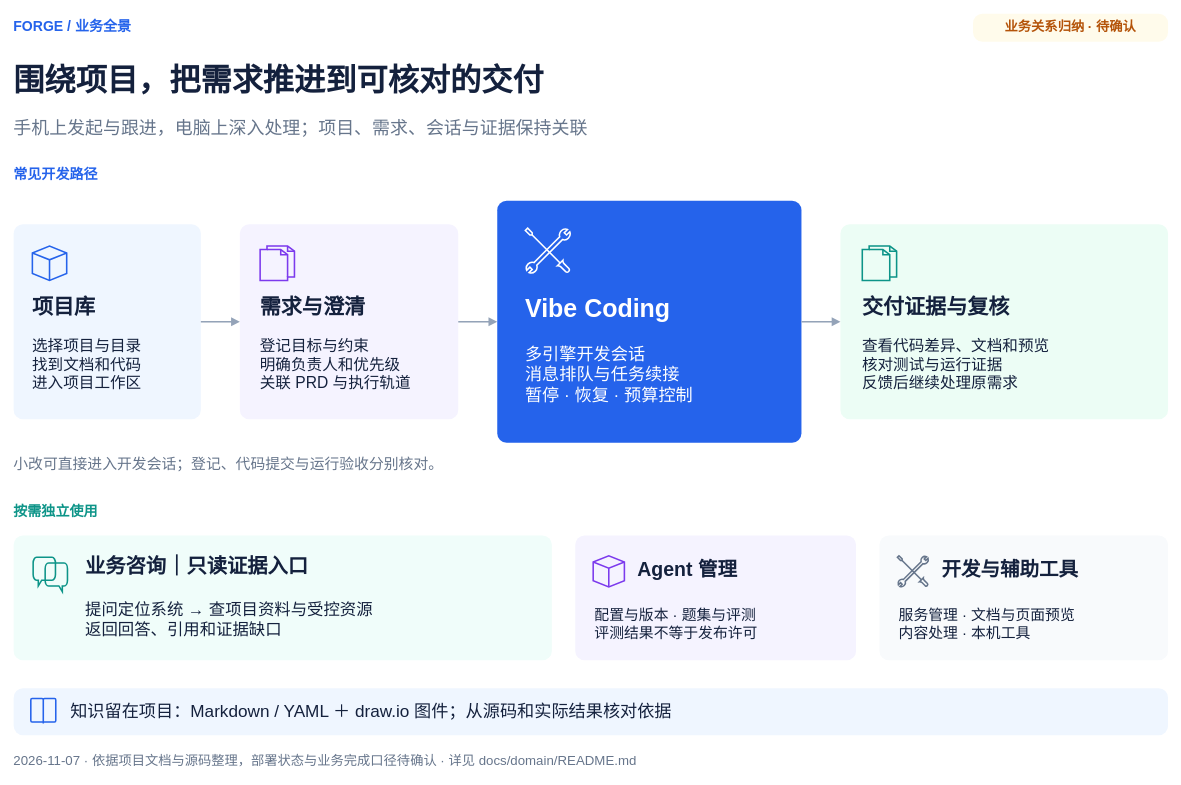
exception-coder/kai-toolbox keeps this draw.io diagram as docs/diagrams/Forge业务全景图.drawio. Above is the earlier version. Source tidied: cells renumbered, new cells numbered last; positions are measured from the earlier drawing's top-left corner, leaving out a move shared by most shapes. Both pictures are drawn from the tidied source at 78%, with x=0, y=0 at pixel (13, 13).
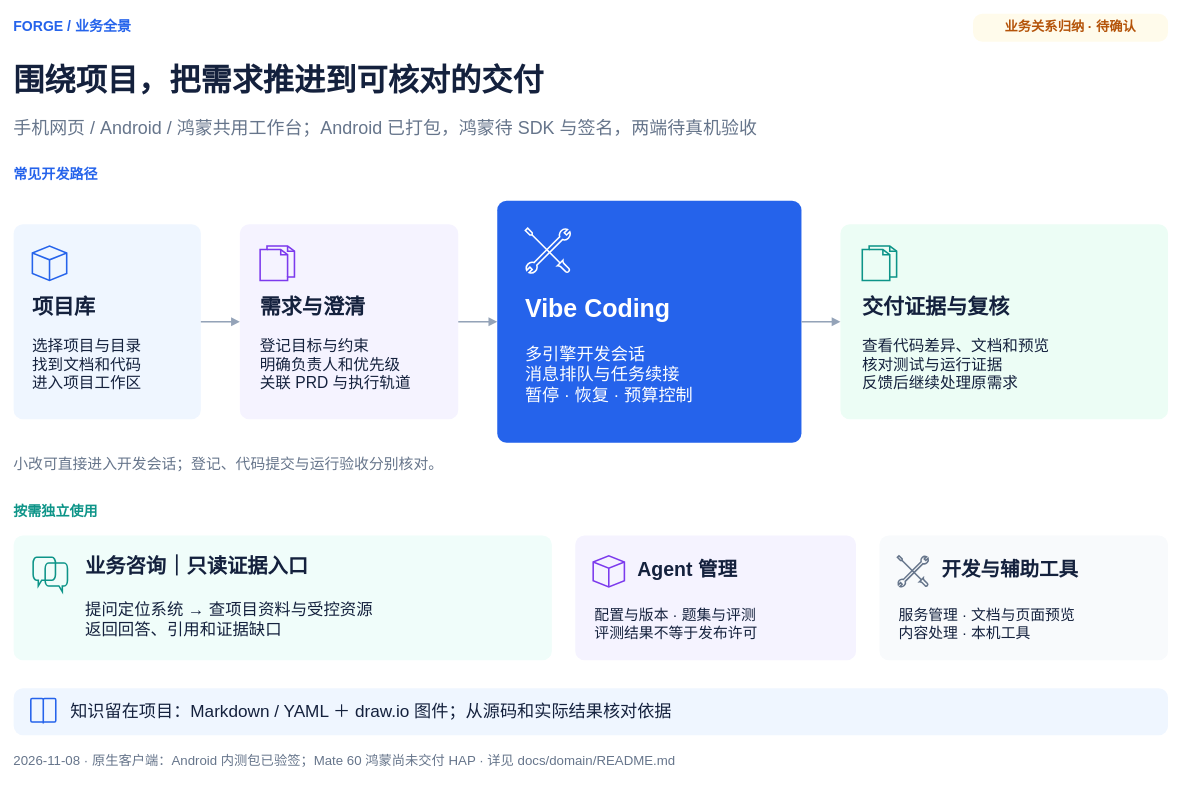
Above is the later version.

Diff of the diagram source:
```diff
@@
-    <mxCell id="6" value="手机上发起与跟进，电脑上深入处理；项目、需求、会话与证据保持关联" style="fontFamily=Microsoft YaHei,Arial;html=0;text;strokeColor=none;fillColor=none;align=left;verticalAlign=middle;fontSize=23;fontColor=#66758B;fontStyle=0;whiteSpace=wrap;spacing=0;" parent="1" vertex="1">
+    <mxCell id="6" value="手机网页 / Android / 鸿蒙共用工作台；Android 已打包，鸿蒙待 SDK 与签名，两端待真机验收" style="fontFamily=Microsoft YaHei,Arial;html=0;text;strokeColor=none;fillColor=none;align=left;verticalAlign=middle;fontSize=23;fontColor=#66758B;fontStyle=0;whiteSpace=wrap;spacing=0;" parent="1" vertex="1">
       <mxGeometry y="127" width="1480" height="40" as="geometry" />
     </mxCell>
@@
-    <mxCell id="52" value="2026-11-07  ·  依据项目文档与源码整理，部署状态与业务完成口径待确认  ·  详见 docs/domain/README.md" style="fontFamily=Microsoft YaHei,Arial;html=0;text;strokeColor=none;fillColor=none;align=left;verticalAlign=middle;fontSize=17;fontColor=#66758B;fontStyle=0;whiteSpace=wrap;spacing=0;" parent="1" vertex="1">
+    <mxCell id="52" value="2026-11-08  ·  原生客户端：Android 内测包已验签；Mate 60 鸿蒙尚未交付 HAP  ·  详见 docs/domain/README.md" style="fontFamily=Microsoft YaHei,Arial;html=0;text;strokeColor=none;fillColor=none;align=left;verticalAlign=middle;fontSize=17;fontColor=#66758B;fontStyle=0;whiteSpace=wrap;spacing=0;" parent="1" vertex="1">
       <mxGeometry y="945" width="1480" height="27" as="geometry" />
     </mxCell>
```
